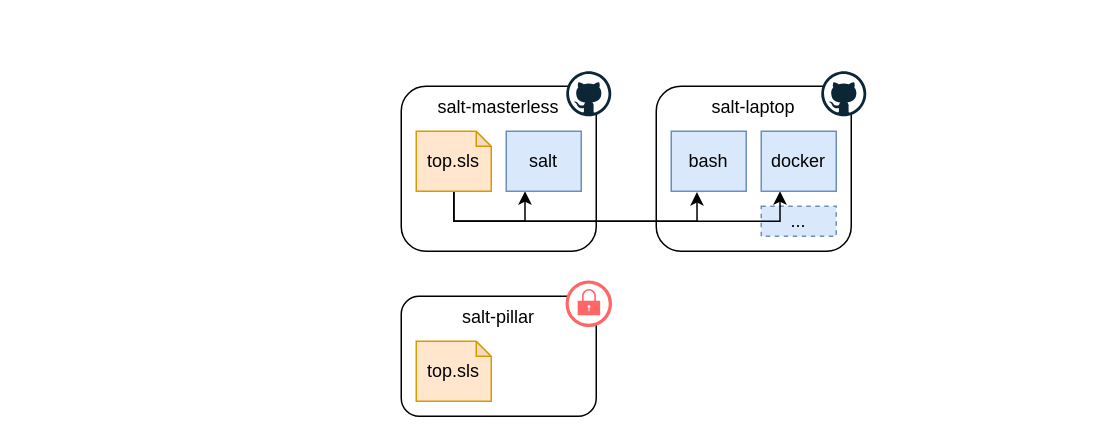
The draw.io diagram docs/diagram.drawio in ralex/salt-masterless, before the edit. Source tidied: cells renumbered, new cells numbered last; positions are measured from the earlier drawing's top-left corner, leaving out a move shared by most shapes. Both pictures are drawn from the tidied source at 150%, with x=0, y=0 at pixel (400, 70).
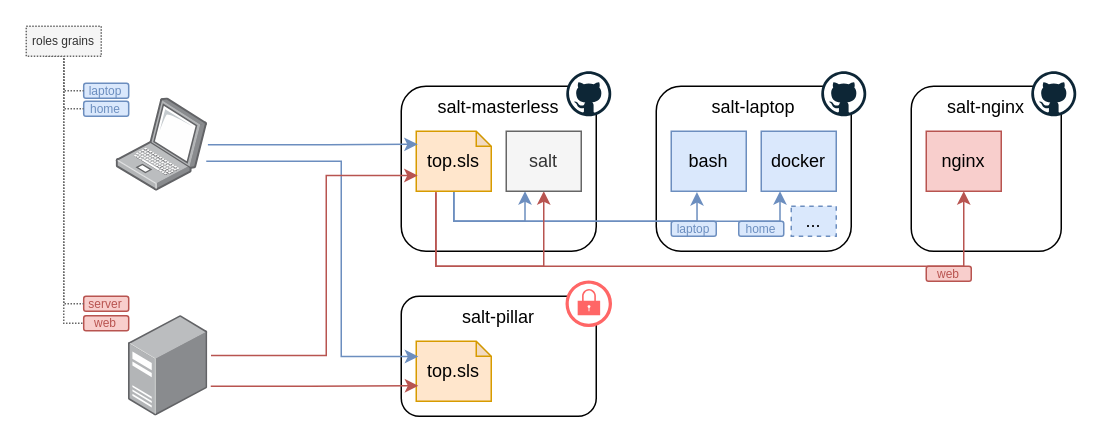
The same page after the edit.

Unchanged cells that the change refers to:
```xml
<mxCell id="10" value="top.sls" style="shape=note;whiteSpace=wrap;html=1;backgroundOutline=1;darkOpacity=0.05;size=10;fillColor=#ffe6cc;strokeColor=#d79b00;" parent="1" vertex="1">
  <mxGeometry x="10" y="40" width="50" height="40" as="geometry" />
</mxCell>
<mxCell id="14" value="bash" style="rounded=0;whiteSpace=wrap;html=1;fillColor=#dae8fc;strokeColor=#6c8ebf;" parent="1" vertex="1">
  <mxGeometry x="180" y="40" width="50" height="40" as="geometry" />
</mxCell>
<mxCell id="15" value="docker" style="rounded=0;whiteSpace=wrap;html=1;fillColor=#dae8fc;strokeColor=#6c8ebf;" parent="1" vertex="1">
  <mxGeometry x="240" y="40" width="50" height="40" as="geometry" />
</mxCell>
<mxCell id="20" value="top.sls" style="shape=note;whiteSpace=wrap;html=1;backgroundOutline=1;darkOpacity=0.05;size=10;fillColor=#ffe6cc;strokeColor=#d79b00;" parent="1" vertex="1">
  <mxGeometry x="10" y="180" width="50" height="40" as="geometry" />
</mxCell>
```

What changed in the source:
```diff
@@
     <mxCell id="3" value="..." style="rounded=0;whiteSpace=wrap;html=1;fillColor=#dae8fc;strokeColor=#6c8ebf;dashed=1;" parent="1" vertex="1">
-      <mxGeometry x="240" y="90" width="50" height="20" as="geometry" />
+      <mxGeometry x="260" y="90" width="30" height="20" as="geometry" />
     </mxCell>
@@
-    <mxCell id="7" style="edgeStyle=orthogonalEdgeStyle;rounded=0;jettySize=auto;html=1;exitX=0.5;exitY=1;exitDx=0;exitDy=0;exitPerimeter=0;entryX=0.25;entryY=1;entryDx=0;entryDy=0;" parent="1" edge="1" source="10" target="11">
+    <mxCell id="7" style="edgeStyle=orthogonalEdgeStyle;rounded=0;jettySize=auto;html=1;exitX=0.5;exitY=1;exitDx=0;exitDy=0;exitPerimeter=0;entryX=0.25;entryY=1;entryDx=0;entryDy=0;fillColor=#dae8fc;strokeColor=#6c8ebf;" parent="1" edge="1" source="10" target="11">
       <mxGeometry relative="1" as="geometry" />
     </mxCell>
-    <mxCell id="8" style="edgeStyle=orthogonalEdgeStyle;rounded=0;jettySize=auto;html=1;exitX=0.5;exitY=1;exitDx=0;exitDy=0;exitPerimeter=0;entryX=0.343;entryY=1.014;entryDx=0;entryDy=0;entryPerimeter=0;" parent="1" edge="1" source="10" target="14">
+    <mxCell id="8" style="edgeStyle=orthogonalEdgeStyle;rounded=0;jettySize=auto;html=1;exitX=0.5;exitY=1;exitDx=0;exitDy=0;exitPerimeter=0;entryX=0.343;entryY=1.014;entryDx=0;entryDy=0;entryPerimeter=0;fillColor=#dae8fc;strokeColor=#6c8ebf;" parent="1" edge="1" source="10" target="14">
       <mxGeometry relative="1" as="geometry" />
     </mxCell>
-    <mxCell id="9" style="edgeStyle=orthogonalEdgeStyle;rounded=0;jettySize=auto;html=1;exitX=0.5;exitY=1;exitDx=0;exitDy=0;exitPerimeter=0;entryX=0.25;entryY=1;entryDx=0;entryDy=0;" parent="1" edge="1" source="10" target="15">
+    <mxCell id="9" style="edgeStyle=orthogonalEdgeStyle;rounded=0;jettySize=auto;html=1;exitX=0.5;exitY=1;exitDx=0;exitDy=0;exitPerimeter=0;entryX=0.25;entryY=1;entryDx=0;entryDy=0;fillColor=#dae8fc;strokeColor=#6c8ebf;" parent="1" edge="1" source="10" target="15">
       <mxGeometry relative="1" as="geometry" />
     </mxCell>
+    <mxCell id="21" style="edgeStyle=elbowEdgeStyle;rounded=0;jettySize=auto;html=1;exitX=0.263;exitY=1.011;exitDx=0;exitDy=0;exitPerimeter=0;entryX=0.5;entryY=1;entryDx=0;entryDy=0;fillColor=#f8cecc;strokeColor=#b85450;" parent="1" edge="1" source="10" target="11">
+      <mxGeometry relative="1" as="geometry">
+        <Array as="points">
+          <mxPoint x="60" y="130" />
+        </Array>
+      </mxGeometry>
+    </mxCell>
@@
-    <mxCell id="11" value="salt" style="rounded=0;whiteSpace=wrap;html=1;fillColor=#dae8fc;strokeColor=#6c8ebf;" parent="1" vertex="1">
+    <mxCell id="11" value="salt" style="rounded=0;whiteSpace=wrap;html=1;fillColor=#f5f5f5;strokeColor=#666666;fontColor=#333333;" parent="1" vertex="1">
       <mxGeometry x="70" y="40" width="50" height="40" as="geometry" />
     </mxCell>
@@
+    <mxCell id="22" style="points=[];html=1;align=center;shadow=0;dashed=0;image;image=img/lib/allied_telesis/computer_and_terminals/Laptop.svg;" parent="1" vertex="1">
+      <mxGeometry x="-190" y="18" width="61.1" height="62" as="geometry" />
+    </mxCell>
+    <mxCell id="23" style="endArrow=classic;html=1;entryX=0.02;entryY=0.217;entryDx=0;entryDy=0;entryPerimeter=0;fillColor=#dae8fc;strokeColor=#6c8ebf;edgeStyle=elbowEdgeStyle;" parent="1" edge="1" source="22" target="10">
+      <mxGeometry relative="1" as="geometry" />
+    </mxCell>
+    <mxCell id="24" style="endArrow=classic;html=1;entryX=0.027;entryY=0.255;entryDx=0;entryDy=0;entryPerimeter=0;exitX=0.982;exitY=0.677;exitDx=0;exitDy=0;exitPerimeter=0;fillColor=#dae8fc;strokeColor=#6c8ebf;edgeStyle=elbowEdgeStyle;rounded=0;" parent="1" edge="1" source="22" target="20">
+      <mxGeometry relative="1" as="geometry">
+        <Array as="points">
+          <mxPoint x="-40" y="120" />
+        </Array>
+      </mxGeometry>
+    </mxCell>
+    <mxCell id="25" style="points=[];html=1;align=center;shadow=0;dashed=0;image;image=img/lib/allied_telesis/computer_and_terminals/Server_Desktop.svg;" parent="1" vertex="1">
+      <mxGeometry x="-181.7" y="163" width="52.9" height="67" as="geometry" />
+    </mxCell>
+    <mxCell id="26" style="endArrow=classic;html=1;edgeStyle=elbowEdgeStyle;entryX=0.027;entryY=0.741;entryDx=0;entryDy=0;entryPerimeter=0;rounded=0;fillColor=#f8cecc;strokeColor=#b85450;" parent="1" edge="1" target="20">
+      <mxGeometry relative="1" as="geometry">
+        <mxPoint x="-127" y="210" as="sourcePoint" />
+        <Array as="points">
+          <mxPoint x="-60" y="170" />
+          <mxPoint x="-80" y="170" />
+        </Array>
+      </mxGeometry>
+    </mxCell>
+    <mxCell id="27" style="endArrow=classic;html=1;exitX=1.037;exitY=0.395;exitDx=0;exitDy=0;exitPerimeter=0;entryX=0.019;entryY=0.737;entryDx=0;entryDy=0;entryPerimeter=0;rounded=0;edgeStyle=elbowEdgeStyle;fillColor=#f8cecc;strokeColor=#b85450;" parent="1" edge="1" source="25" target="10">
+      <mxGeometry relative="1" as="geometry">
+        <Array as="points">
+          <mxPoint x="-50" y="130" />
+          <mxPoint x="-80" y="70" />
+          <mxPoint x="-80" y="100" />
+        </Array>
+      </mxGeometry>
+    </mxCell>
+    <mxCell id="28" value="salt-nginx" style="rounded=1;whiteSpace=wrap;html=1;verticalAlign=top;" parent="1" vertex="1">
+      <mxGeometry x="340" y="10" width="100" height="110" as="geometry" />
+    </mxCell>
+    <mxCell id="29" style="group;" parent="1" vertex="1">
+      <mxGeometry x="310" width="140" height="90" as="geometry" />
+    </mxCell>
+    <mxCell id="30" style="dashed=0;html=1;align=center;labelPosition=center;verticalLabelPosition=bottom;verticalAlign=top;shape=mxgraph.weblogos.github;" parent="29" vertex="1">
+      <mxGeometry x="110" width="30" height="30" as="geometry" />
+    </mxCell>
+    <mxCell id="31" value="nginx" style="rounded=0;whiteSpace=wrap;html=1;fillColor=#f8cecc;strokeColor=#b85450;" parent="1" vertex="1">
+      <mxGeometry x="350" y="40" width="50" height="40" as="geometry" />
+    </mxCell>
+    <mxCell id="32" style="edgeStyle=elbowEdgeStyle;rounded=0;jettySize=auto;html=1;exitX=0.261;exitY=1.02;exitDx=0;exitDy=0;exitPerimeter=0;entryX=0.5;entryY=1;entryDx=0;entryDy=0;fillColor=#f8cecc;strokeColor=#b85450;" parent="1" edge="1" source="10" target="31">
+      <mxGeometry relative="1" as="geometry">
+        <Array as="points">
+          <mxPoint x="90" y="130" />
+        </Array>
+      </mxGeometry>
+    </mxCell>
+    <mxCell id="33" value="laptop" style="rounded=1;whiteSpace=wrap;html=1;fillColor=#dae8fc;strokeColor=#6c8ebf;fontColor=#6C8EBF;fontSize=8;glass=0;shadow=0;sketch=0;" parent="1" vertex="1">
+      <mxGeometry x="-211.7" y="8" width="30" height="10" as="geometry" />
+    </mxCell>
+    <mxCell id="34" value="home" style="rounded=1;whiteSpace=wrap;html=1;fillColor=#dae8fc;strokeColor=#6c8ebf;fontColor=#6C8EBF;fontSize=8;" parent="1" vertex="1">
+      <mxGeometry x="-211.7" y="20" width="30" height="10" as="geometry" />
+    </mxCell>
+    <mxCell id="35" value="server" style="rounded=1;whiteSpace=wrap;html=1;fillColor=#f8cecc;strokeColor=#b85450;fontSize=8;fontColor=#B85450;" parent="1" vertex="1">
+      <mxGeometry x="-211.7" y="150" width="30" height="10" as="geometry" />
+    </mxCell>
+    <mxCell id="36" value="web" style="rounded=1;whiteSpace=wrap;html=1;fillColor=#f8cecc;strokeColor=#b85450;fontSize=8;fontColor=#B85450;" parent="1" vertex="1">
+      <mxGeometry x="-211.7" y="163" width="30" height="10" as="geometry" />
+    </mxCell>
+    <mxCell id="37" value="laptop" style="rounded=1;whiteSpace=wrap;html=1;fillColor=#dae8fc;strokeColor=#6c8ebf;fontColor=#6C8EBF;fontSize=8;" parent="1" vertex="1">
+      <mxGeometry x="180" y="100" width="30" height="10" as="geometry" />
+    </mxCell>
+    <mxCell id="38" value="home" style="rounded=1;whiteSpace=wrap;html=1;fillColor=#dae8fc;strokeColor=#6c8ebf;fontColor=#6C8EBF;fontSize=8;" parent="1" vertex="1">
+      <mxGeometry x="225" y="100" width="30" height="10" as="geometry" />
+    </mxCell>
+    <mxCell id="39" value="web" style="rounded=1;whiteSpace=wrap;html=1;fillColor=#f8cecc;strokeColor=#b85450;fontSize=8;fontColor=#B85450;" parent="1" vertex="1">
+      <mxGeometry x="350" y="130" width="30" height="10" as="geometry" />
+    </mxCell>
+    <mxCell id="40" style="edgeStyle=elbowEdgeStyle;rounded=0;jettySize=auto;html=1;exitX=0.25;exitY=1;exitDx=0;exitDy=0;entryX=0;entryY=0.5;entryDx=0;entryDy=0;fontSize=8;fontColor=#B85450;endArrow=none;endFill=0;dashed=1;dashPattern=1 1;strokeColor=#666666;" parent="1" edge="1" source="44" target="33">
+      <mxGeometry relative="1" as="geometry" />
+    </mxCell>
+    <mxCell id="41" style="edgeStyle=elbowEdgeStyle;rounded=0;jettySize=auto;html=1;exitX=0.25;exitY=1;exitDx=0;exitDy=0;entryX=0;entryY=0.5;entryDx=0;entryDy=0;fontSize=8;fontColor=#B85450;endArrow=none;endFill=0;dashed=1;dashPattern=1 1;strokeColor=#666666;" parent="1" edge="1" source="44" target="34">
+      <mxGeometry relative="1" as="geometry" />
+    </mxCell>
+    <mxCell id="42" style="edgeStyle=elbowEdgeStyle;rounded=0;jettySize=auto;html=1;exitX=0.25;exitY=1;exitDx=0;exitDy=0;entryX=0;entryY=0.5;entryDx=0;entryDy=0;fontSize=8;fontColor=#B85450;endArrow=none;endFill=0;dashed=1;dashPattern=1 1;strokeColor=#666666;" parent="1" edge="1" source="44" target="35">
+      <mxGeometry relative="1" as="geometry" />
+    </mxCell>
+    <mxCell id="43" style="edgeStyle=elbowEdgeStyle;rounded=0;jettySize=auto;html=1;exitX=0.25;exitY=1;exitDx=0;exitDy=0;entryX=0;entryY=0.5;entryDx=0;entryDy=0;fontSize=8;fontColor=#B85450;endArrow=none;endFill=0;dashed=1;dashPattern=1 1;strokeColor=#666666;" parent="1" edge="1" source="44" target="36">
+      <mxGeometry relative="1" as="geometry" />
+    </mxCell>
+    <mxCell id="44" value="roles grains" style="text;html=1;strokeColor=#666666;fillColor=#f5f5f5;align=center;verticalAlign=middle;whiteSpace=wrap;rounded=0;fontSize=8;fontColor=#333333;dashed=1;dashPattern=1 1;" parent="1" vertex="1">
+      <mxGeometry x="-250" y="-30" width="50" height="20" as="geometry" />
+    </mxCell>
```
